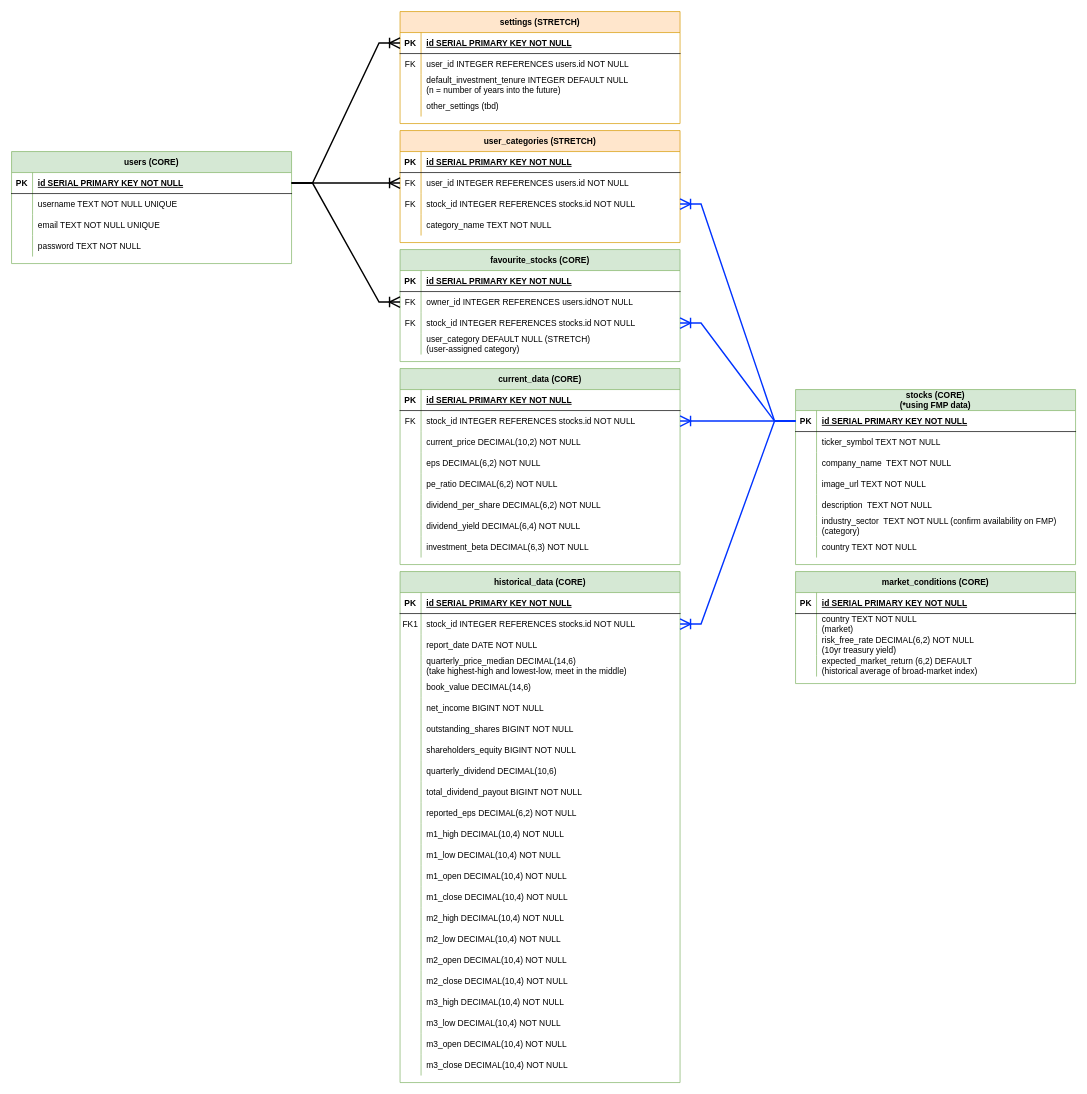
gary92gs/Final_Project keeps this draw.io diagram as planning/ERD-portfolio-prophet.drawio. Above is the earlier version. Source tidied: cells renumbered, new cells numbered last; positions are measured from the earlier drawing's top-left corner, leaving out a move shared by most shapes. Both pictures are drawn from the tidied source at 70%, with x=0, y=0 at pixel (11, 11).
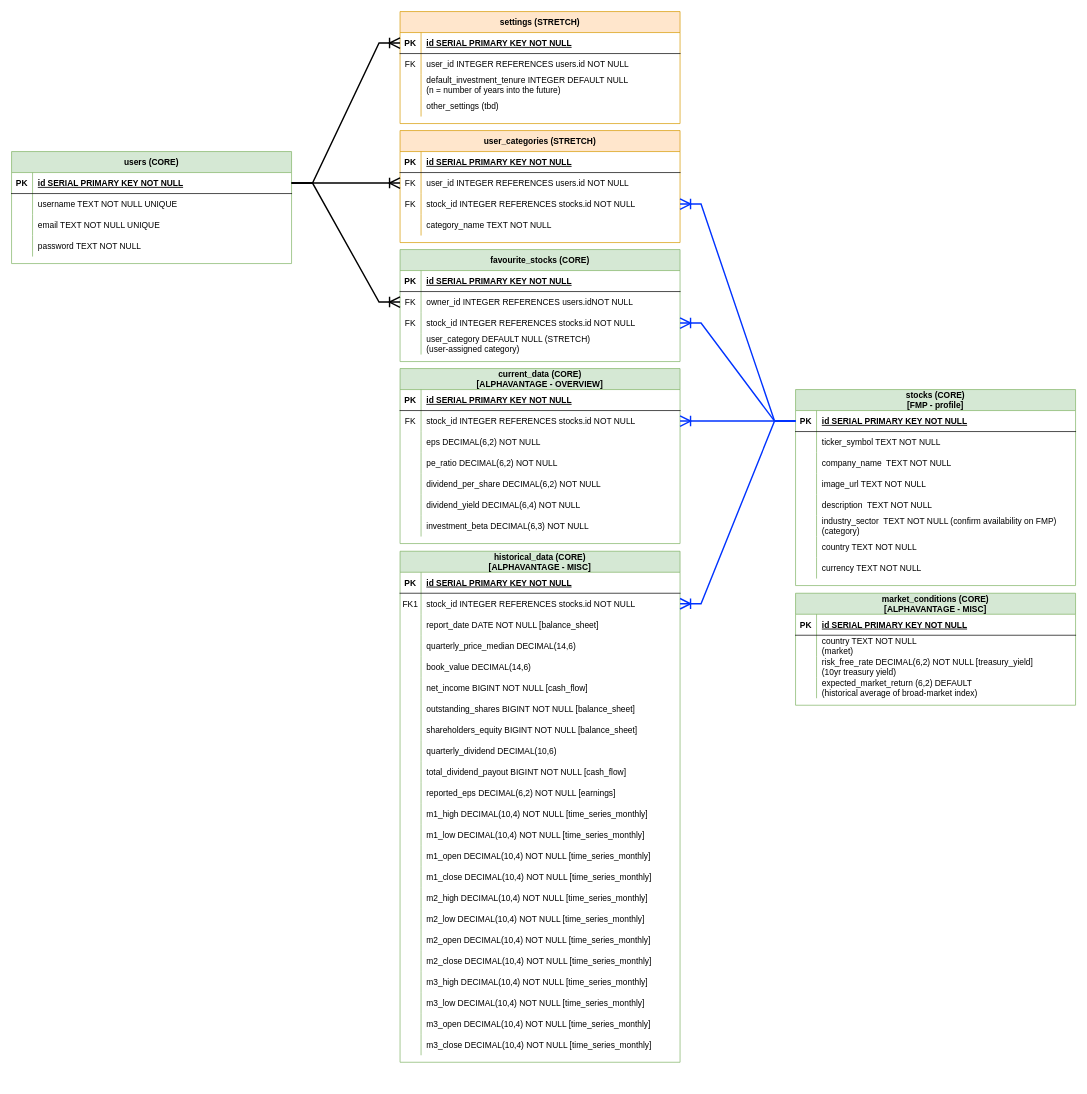
The same page after the edit.

The change refers to these unchanged cells:
```xml
<mxCell id="9" style="shape=partialRectangle;fillColor=none;top=0;left=0;right=0;bottom=0;" parent="2" vertex="1">
  <mxGeometry y="90" width="400" height="30" as="geometry" />
</mxCell>
<mxCell id="12" style="shape=partialRectangle;fillColor=none;top=0;left=0;right=0;bottom=0;" parent="2" vertex="1">
  <mxGeometry y="120" width="400" height="30" as="geometry" />
</mxCell>
<mxCell id="18" style="shape=partialRectangle;fillColor=none;top=0;left=0;right=0;bottom=0;" parent="2" vertex="1">
  <mxGeometry y="180" width="400" height="30" as="geometry" />
</mxCell>
<mxCell id="21" style="shape=partialRectangle;fillColor=none;top=0;left=0;right=0;bottom=0;" parent="2" vertex="1">
  <mxGeometry y="210" width="400" height="30" as="geometry" />
</mxCell>
<mxCell id="24" style="shape=partialRectangle;fillColor=none;top=0;left=0;right=0;bottom=0;" parent="2" vertex="1">
  <mxGeometry y="240" width="400" height="30" as="geometry" />
</mxCell>
<mxCell id="30" style="shape=partialRectangle;fillColor=none;top=0;left=0;right=0;bottom=0;" parent="2" vertex="1">
  <mxGeometry y="300" width="400" height="30" as="geometry" />
</mxCell>
<mxCell id="33" style="shape=partialRectangle;fillColor=none;top=0;left=0;right=0;bottom=0;" parent="2" vertex="1">
  <mxGeometry y="330" width="400" height="30" as="geometry" />
</mxCell>
<mxCell id="36" style="shape=partialRectangle;fillColor=none;top=0;left=0;right=0;bottom=0;" parent="2" vertex="1">
  <mxGeometry y="360" width="400" height="30" as="geometry" />
</mxCell>
<mxCell id="39" style="shape=partialRectangle;fillColor=none;top=0;left=0;right=0;bottom=0;" parent="2" vertex="1">
  <mxGeometry y="390" width="400" height="30" as="geometry" />
</mxCell>
<mxCell id="42" style="shape=partialRectangle;fillColor=none;top=0;left=0;right=0;bottom=0;" parent="2" vertex="1">
  <mxGeometry y="420" width="400" height="30" as="geometry" />
</mxCell>
<mxCell id="45" style="shape=partialRectangle;fillColor=none;top=0;left=0;right=0;bottom=0;" parent="2" vertex="1">
  <mxGeometry y="450" width="400" height="30" as="geometry" />
</mxCell>
<mxCell id="48" style="shape=partialRectangle;fillColor=none;top=0;left=0;right=0;bottom=0;" parent="2" vertex="1">
  <mxGeometry y="480" width="400" height="30" as="geometry" />
</mxCell>
<mxCell id="51" style="shape=partialRectangle;fillColor=none;top=0;left=0;right=0;bottom=0;" parent="2" vertex="1">
  <mxGeometry y="510" width="400" height="30" as="geometry" />
</mxCell>
<mxCell id="54" style="shape=partialRectangle;fillColor=none;top=0;left=0;right=0;bottom=0;" parent="2" vertex="1">
  <mxGeometry y="540" width="400" height="30" as="geometry" />
</mxCell>
<mxCell id="57" style="shape=partialRectangle;fillColor=none;top=0;left=0;right=0;bottom=0;" parent="2" vertex="1">
  <mxGeometry y="570" width="400" height="30" as="geometry" />
</mxCell>
<mxCell id="60" style="shape=partialRectangle;fillColor=none;top=0;left=0;right=0;bottom=0;" parent="2" vertex="1">
  <mxGeometry y="600" width="400" height="30" as="geometry" />
</mxCell>
<mxCell id="63" style="shape=partialRectangle;fillColor=none;top=0;left=0;right=0;bottom=0;" parent="2" vertex="1">
  <mxGeometry y="630" width="400" height="30" as="geometry" />
</mxCell>
<mxCell id="66" style="shape=partialRectangle;fillColor=none;top=0;left=0;right=0;bottom=0;" parent="2" vertex="1">
  <mxGeometry y="660" width="400" height="30" as="geometry" />
</mxCell>
<mxCell id="69" style="shape=partialRectangle;fillColor=none;top=0;left=0;right=0;bottom=0;" parent="2" vertex="1">
  <mxGeometry y="690" width="400" height="30" as="geometry" />
</mxCell>
<mxCell id="114" style="shape=partialRectangle;fillColor=none;top=0;left=0;right=0;bottom=0;" parent="107" vertex="1">
  <mxGeometry y="90" width="400" height="30" as="geometry" />
</mxCell>
```

Diff of the diagram source:
```diff
@@
-    <mxCell id="2" value="historical_data (CORE)" style="shape=table;startSize=30;childLayout=tableLayout;rowLines=0;fontStyle=1;align=center;fillColor=#d5e8d4;strokeColor=#82b366;" parent="1" vertex="1">
-      <mxGeometry x="555" y="800" width="400" height="730" as="geometry" />
+    <mxCell id="2" value="historical_data (CORE)&#10;[ALPHAVANTAGE - MISC]" style="shape=table;startSize=30;childLayout=tableLayout;rowLines=0;fontStyle=1;align=center;fillColor=#d5e8d4;strokeColor=#82b366;" parent="1" vertex="1">
+      <mxGeometry x="555" y="771" width="400" height="730" as="geometry" />
     </mxCell>
@@
-    <mxCell id="11" value="report_date DATE NOT NULL" style="shape=partialRectangle;overflow=hidden;fillColor=none;top=0;left=0;bottom=0;right=0;align=left;spacingLeft=6;" parent="9" vertex="1">
+    <mxCell id="11" value="report_date DATE NOT NULL [balance_sheet]" style="shape=partialRectangle;overflow=hidden;fillColor=none;top=0;left=0;bottom=0;right=0;align=left;spacingLeft=6;" parent="9" vertex="1">
       <mxGeometry x="30" width="370" height="30" as="geometry" />
     </mxCell>
@@
-    <mxCell id="14" value="quarterly_price_median DECIMAL(14,6)&#10;(take highest-high and lowest-low, meet in the middle)" style="shape=partialRectangle;overflow=hidden;fillColor=none;top=0;left=0;bottom=0;right=0;align=left;spacingLeft=6;" parent="12" vertex="1">
+    <mxCell id="14" value="quarterly_price_median DECIMAL(14,6)" style="shape=partialRectangle;overflow=hidden;fillColor=none;top=0;left=0;bottom=0;right=0;align=left;spacingLeft=6;" parent="12" vertex="1">
       <mxGeometry x="30" width="370" height="30" as="geometry" />
     </mxCell>
@@
-    <mxCell id="20" value="net_income BIGINT NOT NULL" style="shape=partialRectangle;overflow=hidden;fillColor=none;top=0;left=0;bottom=0;right=0;align=left;spacingLeft=6;" parent="18" vertex="1">
+    <mxCell id="20" value="net_income BIGINT NOT NULL [cash_flow]" style="shape=partialRectangle;overflow=hidden;fillColor=none;top=0;left=0;bottom=0;right=0;align=left;spacingLeft=6;" parent="18" vertex="1">
       <mxGeometry x="30" width="370" height="30" as="geometry" />
     </mxCell>
@@
-    <mxCell id="23" value="outstanding_shares BIGINT NOT NULL" style="shape=partialRectangle;overflow=hidden;fillColor=none;top=0;left=0;bottom=0;right=0;align=left;spacingLeft=6;" parent="21" vertex="1">
+    <mxCell id="23" value="outstanding_shares BIGINT NOT NULL [balance_sheet]" style="shape=partialRectangle;overflow=hidden;fillColor=none;top=0;left=0;bottom=0;right=0;align=left;spacingLeft=6;" parent="21" vertex="1">
       <mxGeometry x="30" width="370" height="30" as="geometry" />
     </mxCell>
@@
-    <mxCell id="26" value="shareholders_equity BIGINT NOT NULL" style="shape=partialRectangle;overflow=hidden;fillColor=none;top=0;left=0;bottom=0;right=0;align=left;spacingLeft=6;" parent="24" vertex="1">
+    <mxCell id="26" value="shareholders_equity BIGINT NOT NULL [balance_sheet]" style="shape=partialRectangle;overflow=hidden;fillColor=none;top=0;left=0;bottom=0;right=0;align=left;spacingLeft=6;" parent="24" vertex="1">
       <mxGeometry x="30" width="370" height="30" as="geometry" />
     </mxCell>
@@
-    <mxCell id="32" value="total_dividend_payout BIGINT NOT NULL" style="shape=partialRectangle;overflow=hidden;fillColor=none;top=0;left=0;bottom=0;right=0;align=left;spacingLeft=6;" parent="30" vertex="1">
+    <mxCell id="32" value="total_dividend_payout BIGINT NOT NULL [cash_flow]" style="shape=partialRectangle;overflow=hidden;fillColor=none;top=0;left=0;bottom=0;right=0;align=left;spacingLeft=6;" parent="30" vertex="1">
       <mxGeometry x="30" width="370" height="30" as="geometry" />
     </mxCell>
@@
-    <mxCell id="35" value="reported_eps DECIMAL(6,2) NOT NULL" style="shape=partialRectangle;overflow=hidden;fillColor=none;top=0;left=0;bottom=0;right=0;align=left;spacingLeft=6;" parent="33" vertex="1">
+    <mxCell id="35" value="reported_eps DECIMAL(6,2) NOT NULL [earnings]" style="shape=partialRectangle;overflow=hidden;fillColor=none;top=0;left=0;bottom=0;right=0;align=left;spacingLeft=6;" parent="33" vertex="1">
       <mxGeometry x="30" width="370" height="30" as="geometry" />
     </mxCell>
@@
-    <mxCell id="38" value="m1_high DECIMAL(10,4) NOT NULL" style="shape=partialRectangle;overflow=hidden;fillColor=none;top=0;left=0;bottom=0;right=0;align=left;spacingLeft=6;" parent="36" vertex="1">
+    <mxCell id="38" value="m1_high DECIMAL(10,4) NOT NULL [time_series_monthly]" style="shape=partialRectangle;overflow=hidden;fillColor=none;top=0;left=0;bottom=0;right=0;align=left;spacingLeft=6;" parent="36" vertex="1">
       <mxGeometry x="30" width="370" height="30" as="geometry" />
     </mxCell>
@@
-    <mxCell id="41" value="m1_low DECIMAL(10,4) NOT NULL" style="shape=partialRectangle;overflow=hidden;fillColor=none;top=0;left=0;bottom=0;right=0;align=left;spacingLeft=6;" parent="39" vertex="1">
+    <mxCell id="41" value="m1_low DECIMAL(10,4) NOT NULL [time_series_monthly]" style="shape=partialRectangle;overflow=hidden;fillColor=none;top=0;left=0;bottom=0;right=0;align=left;spacingLeft=6;" parent="39" vertex="1">
       <mxGeometry x="30" width="370" height="30" as="geometry" />
     </mxCell>
@@
-    <mxCell id="44" value="m1_open DECIMAL(10,4) NOT NULL" style="shape=partialRectangle;overflow=hidden;fillColor=none;top=0;left=0;bottom=0;right=0;align=left;spacingLeft=6;" parent="42" vertex="1">
+    <mxCell id="44" value="m1_open DECIMAL(10,4) NOT NULL [time_series_monthly]" style="shape=partialRectangle;overflow=hidden;fillColor=none;top=0;left=0;bottom=0;right=0;align=left;spacingLeft=6;" parent="42" vertex="1">
       <mxGeometry x="30" width="370" height="30" as="geometry" />
     </mxCell>
@@
-    <mxCell id="47" value="m1_close DECIMAL(10,4) NOT NULL" style="shape=partialRectangle;overflow=hidden;fillColor=none;top=0;left=0;bottom=0;right=0;align=left;spacingLeft=6;" parent="45" vertex="1">
+    <mxCell id="47" value="m1_close DECIMAL(10,4) NOT NULL [time_series_monthly]" style="shape=partialRectangle;overflow=hidden;fillColor=none;top=0;left=0;bottom=0;right=0;align=left;spacingLeft=6;" parent="45" vertex="1">
       <mxGeometry x="30" width="370" height="30" as="geometry" />
     </mxCell>
@@
-    <mxCell id="50" value="m2_high DECIMAL(10,4) NOT NULL" style="shape=partialRectangle;overflow=hidden;fillColor=none;top=0;left=0;bottom=0;right=0;align=left;spacingLeft=6;" parent="48" vertex="1">
+    <mxCell id="50" value="m2_high DECIMAL(10,4) NOT NULL [time_series_monthly]" style="shape=partialRectangle;overflow=hidden;fillColor=none;top=0;left=0;bottom=0;right=0;align=left;spacingLeft=6;" parent="48" vertex="1">
       <mxGeometry x="30" width="370" height="30" as="geometry" />
     </mxCell>
@@
-    <mxCell id="53" value="m2_low DECIMAL(10,4) NOT NULL" style="shape=partialRectangle;overflow=hidden;fillColor=none;top=0;left=0;bottom=0;right=0;align=left;spacingLeft=6;" parent="51" vertex="1">
+    <mxCell id="53" value="m2_low DECIMAL(10,4) NOT NULL [time_series_monthly]" style="shape=partialRectangle;overflow=hidden;fillColor=none;top=0;left=0;bottom=0;right=0;align=left;spacingLeft=6;" parent="51" vertex="1">
       <mxGeometry x="30" width="370" height="30" as="geometry" />
     </mxCell>
@@
-    <mxCell id="56" value="m2_open DECIMAL(10,4) NOT NULL" style="shape=partialRectangle;overflow=hidden;fillColor=none;top=0;left=0;bottom=0;right=0;align=left;spacingLeft=6;" parent="54" vertex="1">
+    <mxCell id="56" value="m2_open DECIMAL(10,4) NOT NULL [time_series_monthly]" style="shape=partialRectangle;overflow=hidden;fillColor=none;top=0;left=0;bottom=0;right=0;align=left;spacingLeft=6;" parent="54" vertex="1">
       <mxGeometry x="30" width="370" height="30" as="geometry" />
     </mxCell>
@@
-    <mxCell id="59" value="m2_close DECIMAL(10,4) NOT NULL" style="shape=partialRectangle;overflow=hidden;fillColor=none;top=0;left=0;bottom=0;right=0;align=left;spacingLeft=6;" parent="57" vertex="1">
+    <mxCell id="59" value="m2_close DECIMAL(10,4) NOT NULL [time_series_monthly]" style="shape=partialRectangle;overflow=hidden;fillColor=none;top=0;left=0;bottom=0;right=0;align=left;spacingLeft=6;" parent="57" vertex="1">
       <mxGeometry x="30" width="370" height="30" as="geometry" />
     </mxCell>
@@
-    <mxCell id="62" value="m3_high DECIMAL(10,4) NOT NULL" style="shape=partialRectangle;overflow=hidden;fillColor=none;top=0;left=0;bottom=0;right=0;align=left;spacingLeft=6;" parent="60" vertex="1">
+    <mxCell id="62" value="m3_high DECIMAL(10,4) NOT NULL [time_series_monthly]" style="shape=partialRectangle;overflow=hidden;fillColor=none;top=0;left=0;bottom=0;right=0;align=left;spacingLeft=6;" parent="60" vertex="1">
       <mxGeometry x="30" width="370" height="30" as="geometry" />
     </mxCell>
@@
-    <mxCell id="65" value="m3_low DECIMAL(10,4) NOT NULL" style="shape=partialRectangle;overflow=hidden;fillColor=none;top=0;left=0;bottom=0;right=0;align=left;spacingLeft=6;" parent="63" vertex="1">
+    <mxCell id="65" value="m3_low DECIMAL(10,4) NOT NULL [time_series_monthly]" style="shape=partialRectangle;overflow=hidden;fillColor=none;top=0;left=0;bottom=0;right=0;align=left;spacingLeft=6;" parent="63" vertex="1">
       <mxGeometry x="30" width="370" height="30" as="geometry" />
     </mxCell>
@@
-    <mxCell id="68" value="m3_open DECIMAL(10,4) NOT NULL" style="shape=partialRectangle;overflow=hidden;fillColor=none;top=0;left=0;bottom=0;right=0;align=left;spacingLeft=6;" parent="66" vertex="1">
+    <mxCell id="68" value="m3_open DECIMAL(10,4) NOT NULL [time_series_monthly]" style="shape=partialRectangle;overflow=hidden;fillColor=none;top=0;left=0;bottom=0;right=0;align=left;spacingLeft=6;" parent="66" vertex="1">
       <mxGeometry x="30" width="370" height="30" as="geometry" />
     </mxCell>
@@
-    <mxCell id="71" value="m3_close DECIMAL(10,4) NOT NULL" style="shape=partialRectangle;overflow=hidden;fillColor=none;top=0;left=0;bottom=0;right=0;align=left;spacingLeft=6;" parent="69" vertex="1">
+    <mxCell id="71" value="m3_close DECIMAL(10,4) NOT NULL [time_series_monthly]" style="shape=partialRectangle;overflow=hidden;fillColor=none;top=0;left=0;bottom=0;right=0;align=left;spacingLeft=6;" parent="69" vertex="1">
       <mxGeometry x="30" width="370" height="30" as="geometry" />
     </mxCell>
-    <mxCell id="72" value="stocks (CORE)&#10;(*using FMP data)" style="shape=table;startSize=30;childLayout=tableLayout;rowLines=0;fontStyle=1;align=center;direction=east;fillColor=#d5e8d4;strokeColor=#82b366;" parent="1" vertex="1">
-      <mxGeometry x="1120" y="540" width="400" height="250" as="geometry" />
+    <mxCell id="72" value="stocks (CORE)&#10;[FMP - profile]" style="shape=table;startSize=30;childLayout=tableLayout;rowLines=0;fontStyle=1;align=center;direction=east;fillColor=#d5e8d4;strokeColor=#82b366;" parent="1" vertex="1">
+      <mxGeometry x="1120" y="540" width="400" height="280" as="geometry" />
     </mxCell>
@@
+    <mxCell id="191" style="shape=partialRectangle;fillColor=none;top=0;left=0;right=0;bottom=0;" parent="72" vertex="1">
+      <mxGeometry y="240" width="400" height="30" as="geometry" />
+    </mxCell>
+    <mxCell id="144" style="shape=partialRectangle;overflow=hidden;fillColor=none;top=0;left=0;bottom=0;right=0;" parent="191" vertex="1">
+      <mxGeometry width="30" height="30" as="geometry" />
+    </mxCell>
+    <mxCell id="192" value="currency TEXT NOT NULL" style="shape=partialRectangle;overflow=hidden;fillColor=none;top=0;left=0;bottom=0;right=0;align=left;spacingLeft=6;" parent="191" vertex="1">
+      <mxGeometry x="30" width="370" height="30" as="geometry" />
+    </mxCell>
@@
-    <mxCell id="107" value="market_conditions (CORE)" style="shape=table;startSize=30;childLayout=tableLayout;rowLines=0;fontStyle=1;align=center;direction=east;fillColor=#d5e8d4;strokeColor=#82b366;" parent="1" vertex="1">
-      <mxGeometry x="1120" y="800" width="400" height="160" as="geometry" />
+    <mxCell id="107" value="market_conditions (CORE)&#10;[ALPHAVANTAGE - MISC]" style="shape=table;startSize=30;childLayout=tableLayout;rowLines=0;fontStyle=1;align=center;direction=east;fillColor=#d5e8d4;strokeColor=#82b366;" parent="1" vertex="1">
+      <mxGeometry x="1120" y="831" width="400" height="160" as="geometry" />
     </mxCell>
@@
-    <mxCell id="116" value="risk_free_rate DECIMAL(6,2) NOT NULL&#10;(10yr treasury yield)" style="shape=partialRectangle;overflow=hidden;fillColor=none;top=0;left=0;bottom=0;right=0;align=left;spacingLeft=6;" parent="114" vertex="1">
+    <mxCell id="116" value="risk_free_rate DECIMAL(6,2) NOT NULL [treasury_yield]&#10;(10yr treasury yield)" style="shape=partialRectangle;overflow=hidden;fillColor=none;top=0;left=0;bottom=0;right=0;align=left;spacingLeft=6;" parent="114" vertex="1">
       <mxGeometry x="30" width="370" height="30" as="geometry" />
     </mxCell>
@@
-    <mxCell id="136" value="current_data (CORE)" style="shape=table;startSize=30;childLayout=tableLayout;rowLines=0;fontStyle=1;align=center;fillColor=#d5e8d4;strokeColor=#82b366;" parent="1" vertex="1">
-      <mxGeometry x="555" y="510" width="400" height="280" as="geometry" />
+    <mxCell id="136" value="current_data (CORE)&#10;[ALPHAVANTAGE - OVERVIEW]" style="shape=table;startSize=30;childLayout=tableLayout;rowLines=0;fontStyle=1;align=center;fillColor=#d5e8d4;strokeColor=#82b366;" parent="1" vertex="1">
+      <mxGeometry x="555" y="510" width="400" height="250" as="geometry" />
     </mxCell>
@@
-    <mxCell id="143" style="shape=partialRectangle;fillColor=none;top=0;left=0;right=0;bottom=0;" parent="136" vertex="1">
-      <mxGeometry y="90" width="400" height="30" as="geometry" />
-    </mxCell>
-    <mxCell id="144" style="shape=partialRectangle;overflow=hidden;fillColor=none;top=0;left=0;bottom=0;right=0;" parent="143" vertex="1">
-      <mxGeometry width="30" height="30" as="geometry" />
-    </mxCell>
-    <mxCell id="145" value="current_price DECIMAL(10,2) NOT NULL" style="shape=partialRectangle;overflow=hidden;fillColor=none;top=0;left=0;bottom=0;right=0;align=left;spacingLeft=6;" parent="143" vertex="1">
-      <mxGeometry x="30" width="370" height="30" as="geometry" />
-    </mxCell>
     <mxCell id="146" style="shape=partialRectangle;fillColor=none;top=0;left=0;right=0;bottom=0;" parent="136" vertex="1">
-      <mxGeometry y="120" width="400" height="30" as="geometry" />
+      <mxGeometry y="90" width="400" height="30" as="geometry" />
     </mxCell>
@@
     <mxCell id="149" style="shape=partialRectangle;fillColor=none;top=0;left=0;right=0;bottom=0;" parent="136" vertex="1">
-      <mxGeometry y="150" width="400" height="30" as="geometry" />
+      <mxGeometry y="120" width="400" height="30" as="geometry" />
     </mxCell>
@@
     <mxCell id="152" style="shape=partialRectangle;fillColor=none;top=0;left=0;right=0;bottom=0;" parent="136" vertex="1">
-      <mxGeometry y="180" width="400" height="30" as="geometry" />
+      <mxGeometry y="150" width="400" height="30" as="geometry" />
     </mxCell>
@@
     <mxCell id="155" style="shape=partialRectangle;fillColor=none;top=0;left=0;right=0;bottom=0;" parent="136" vertex="1">
-      <mxGeometry y="210" width="400" height="30" as="geometry" />
+      <mxGeometry y="180" width="400" height="30" as="geometry" />
     </mxCell>
@@
     <mxCell id="158" style="shape=partialRectangle;fillColor=none;top=0;left=0;right=0;bottom=0;" parent="136" vertex="1">
-      <mxGeometry y="240" width="400" height="30" as="geometry" />
+      <mxGeometry y="210" width="400" height="30" as="geometry" />
     </mxCell>
```
